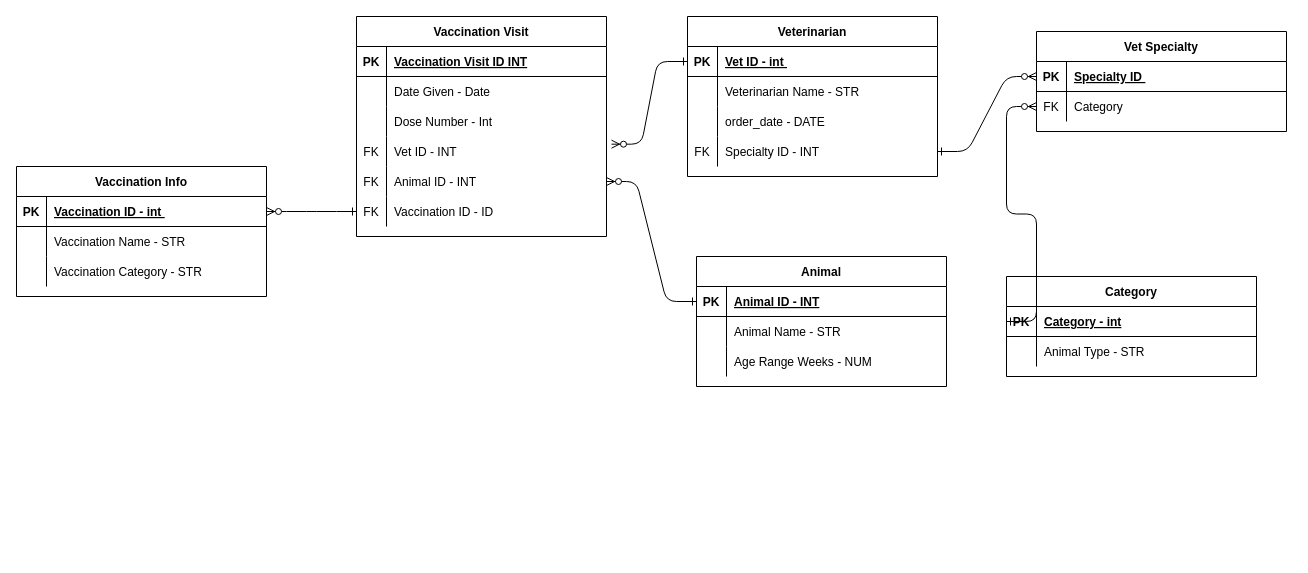
This is lab_7.drawio from seanjedi/comp-163-database-design-class, a draw.io file, before an edit. Source tidied: cells renumbered, new cells numbered last; positions are measured from the earlier drawing's top-left corner, leaving out a move shared by most shapes. Both pictures are drawn from the tidied source at 100%, with x=0, y=0 at pixel (16, 16).
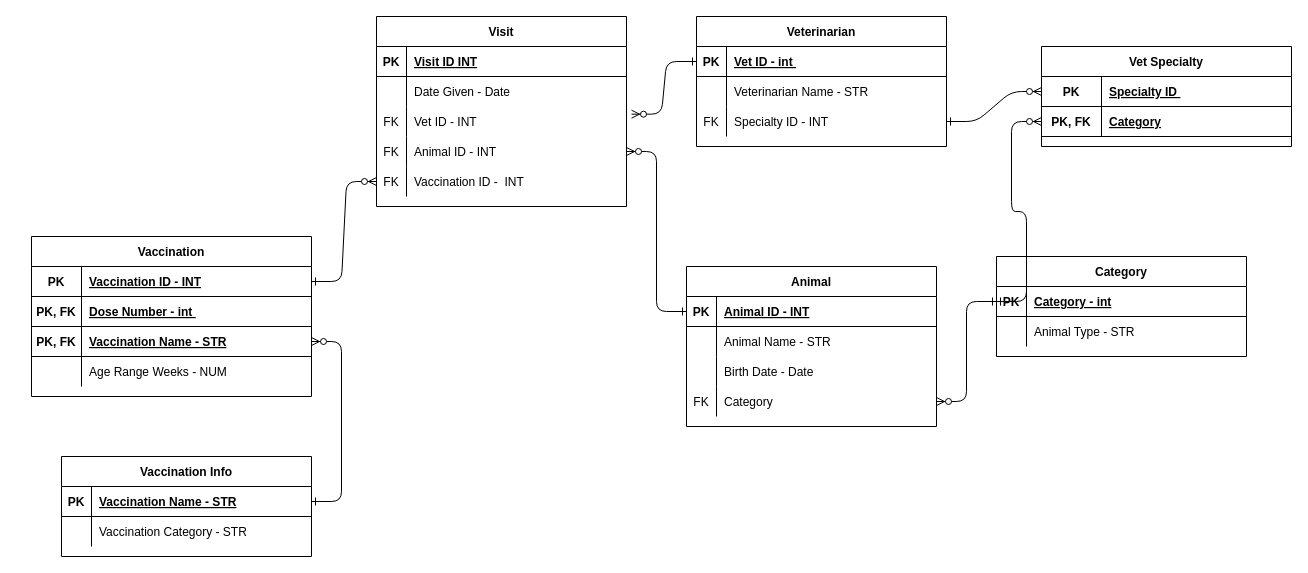
The same diagram, later.

The change refers to these unchanged cells:
```xml
<mxCell id="16" style="shape=partialRectangle;fillColor=none;top=0;left=0;right=0;bottom=1;" parent="15" vertex="1">
  <mxGeometry y="30" width="250" height="30" as="geometry" />
</mxCell>
<mxCell id="41" style="shape=tableRow;horizontal=0;startSize=0;swimlaneHead=0;swimlaneBody=0;fillColor=none;top=0;left=0;right=0;bottom=0;" parent="34" vertex="1">
  <mxGeometry y="90" width="250" height="30" as="geometry" />
</mxCell>
<mxCell id="46" style="shape=partialRectangle;fillColor=none;points=[[0,0.5],[1,0.5]];portConstraint=eastwest;top=0;left=0;right=0;bottom=1;" parent="45" vertex="1">
  <mxGeometry y="30" width="250" height="30" as="geometry" />
</mxCell>
<mxCell id="54" style="shape=partialRectangle;fillColor=none;points=[[0,0.5],[1,0.5]];portConstraint=eastwest;top=0;left=0;right=0;bottom=1;" parent="53" vertex="1">
  <mxGeometry y="30" width="250" height="30" as="geometry" />
</mxCell>
<mxCell id="65" style="shape=partialRectangle;fillColor=none;points=[[0,0.5],[1,0.5]];portConstraint=eastwest;top=0;left=0;right=0;bottom=1;" parent="64" vertex="1">
  <mxGeometry y="30" width="250" height="30" as="geometry" />
</mxCell>
```

Change to the diagram source:
```diff
@@
     <mxCell id="2" value="Veterinarian" style="shape=table;startSize=30;childLayout=tableLayout;rowLines=0;fontStyle=1;align=center;" parent="1" vertex="1">
-      <mxGeometry x="671" width="250" height="160" as="geometry" />
+      <mxGeometry x="680" width="250" height="130" as="geometry" />
     </mxCell>
@@
-    <mxCell id="9" style="shape=partialRectangle;fillColor=none;top=0;left=0;right=0;bottom=0;" parent="2" vertex="1">
-      <mxGeometry y="90" width="250" height="30" as="geometry" />
-    </mxCell>
-    <mxCell id="10" style="shape=partialRectangle;overflow=hidden;fillColor=none;top=0;left=0;bottom=0;right=0;" parent="9" vertex="1">
-      <mxGeometry width="30" height="30" as="geometry" />
-    </mxCell>
-    <mxCell id="11" value="order_date - DATE " style="shape=partialRectangle;overflow=hidden;fillColor=none;top=0;left=0;bottom=0;right=0;align=left;spacingLeft=6;" parent="9" vertex="1">
-      <mxGeometry x="30" width="220" height="30" as="geometry" />
-    </mxCell>
     <mxCell id="12" style="shape=tableRow;horizontal=0;startSize=0;swimlaneHead=0;swimlaneBody=0;fillColor=none;points=[[0,0.5],[1,0.5]];portConstraint=eastwest;top=0;left=0;right=0;bottom=0;" parent="2" vertex="1">
-      <mxGeometry y="120" width="250" height="30" as="geometry" />
+      <mxGeometry y="90" width="250" height="30" as="geometry" />
     </mxCell>
@@
-    <mxCell id="15" value="Vaccination Visit" style="shape=table;startSize=30;childLayout=tableLayout;rowLines=0;fontStyle=1;align=center;" parent="1" vertex="1">
-      <mxGeometry x="340" width="250" height="220" as="geometry" />
+    <mxCell id="15" value="Visit" style="shape=table;startSize=30;childLayout=tableLayout;rowLines=0;fontStyle=1;align=center;" parent="1" vertex="1">
+      <mxGeometry x="360" width="250" height="190" as="geometry" />
     </mxCell>
@@
-    <mxCell id="18" value="Vaccination Visit ID INT" style="shape=partialRectangle;overflow=hidden;fillColor=none;top=0;left=0;bottom=0;right=0;align=left;spacingLeft=6;fontStyle=5;" parent="16" vertex="1">
+    <mxCell id="18" value="Visit ID INT" style="shape=partialRectangle;overflow=hidden;fillColor=none;top=0;left=0;bottom=0;right=0;align=left;spacingLeft=6;fontStyle=5;" parent="16" vertex="1">
       <mxGeometry x="30" width="220" height="30" as="geometry" />
     </mxCell>
@@
-    <mxCell id="22" style="shape=tableRow;horizontal=0;startSize=0;swimlaneHead=0;swimlaneBody=0;fillColor=none;top=0;left=0;right=0;bottom=0;" parent="15" vertex="1">
-      <mxGeometry y="90" width="250" height="30" as="geometry" />
-    </mxCell>
-    <mxCell id="23" style="shape=partialRectangle;fillColor=none;top=0;left=0;bottom=0;right=0;fontStyle=0;overflow=hidden;" parent="22" vertex="1">
-      <mxGeometry width="30" height="30" as="geometry" />
-    </mxCell>
-    <mxCell id="24" value="Dose Number - Int " style="shape=partialRectangle;fillColor=none;top=0;left=0;bottom=0;right=0;align=left;spacingLeft=6;fontStyle=0;overflow=hidden;" parent="22" vertex="1">
-      <mxGeometry x="30" width="220" height="30" as="geometry" />
-    </mxCell>
     <mxCell id="25" style="shape=tableRow;horizontal=0;startSize=0;swimlaneHead=0;swimlaneBody=0;fillColor=none;points=[[0,0.5],[1,0.5]];portConstraint=eastwest;top=0;left=0;right=0;bottom=0;" parent="15" vertex="1">
-      <mxGeometry y="120" width="250" height="30" as="geometry" />
+      <mxGeometry y="90" width="250" height="30" as="geometry" />
     </mxCell>
@@
     <mxCell id="28" style="shape=tableRow;horizontal=0;startSize=0;swimlaneHead=0;swimlaneBody=0;fillColor=none;points=[[0,0.5],[1,0.5]];portConstraint=eastwest;top=0;left=0;right=0;bottom=0;" parent="15" vertex="1">
-      <mxGeometry y="150" width="250" height="30" as="geometry" />
+      <mxGeometry y="120" width="250" height="30" as="geometry" />
     </mxCell>
@@
     <mxCell id="31" style="shape=tableRow;horizontal=0;startSize=0;swimlaneHead=0;swimlaneBody=0;fillColor=none;points=[[0,0.5],[1,0.5]];portConstraint=eastwest;top=0;left=0;right=0;bottom=0;" parent="15" vertex="1">
-      <mxGeometry y="180" width="250" height="30" as="geometry" />
+      <mxGeometry y="150" width="250" height="30" as="geometry" />
     </mxCell>
@@
-    <mxCell id="33" value="Vaccination ID - ID" style="shape=partialRectangle;fillColor=none;top=0;left=0;bottom=0;right=0;align=left;spacingLeft=6;overflow=hidden;" parent="31" vertex="1">
+    <mxCell id="33" value="Vaccination ID -  INT" style="shape=partialRectangle;fillColor=none;top=0;left=0;bottom=0;right=0;align=left;spacingLeft=6;overflow=hidden;" parent="31" vertex="1">
       <mxGeometry x="30" width="220" height="30" as="geometry" />
     </mxCell>
     <mxCell id="34" value="Animal" style="shape=table;startSize=30;childLayout=tableLayout;rowLines=0;fontStyle=1;align=center;" parent="1" vertex="1">
-      <mxGeometry x="680" y="240" width="250" height="130" as="geometry" />
+      <mxGeometry x="670" y="250" width="250" height="160" as="geometry" />
     </mxCell>
@@
-    <mxCell id="43" value="Age Range Weeks - NUM" style="shape=partialRectangle;fillColor=none;top=0;left=0;bottom=0;right=0;align=left;spacingLeft=6;overflow=hidden;" parent="41" vertex="1">
+    <mxCell id="43" value="Birth Date - Date" style="shape=partialRectangle;fillColor=none;top=0;left=0;bottom=0;right=0;align=left;spacingLeft=6;overflow=hidden;" parent="41" vertex="1">
       <mxGeometry x="30" width="220" height="30" as="geometry" />
     </mxCell>
+    <mxCell id="73" style="shape=tableRow;horizontal=0;startSize=0;swimlaneHead=0;swimlaneBody=0;fillColor=none;points=[[0,0.5],[1,0.5]];portConstraint=eastwest;top=0;left=0;right=0;bottom=0;" parent="34" vertex="1">
+      <mxGeometry y="120" width="250" height="30" as="geometry" />
+    </mxCell>
+    <mxCell id="50" value="FK" style="shape=partialRectangle;fillColor=none;top=0;left=0;bottom=0;right=0;overflow=hidden;" parent="73" vertex="1">
+      <mxGeometry width="30" height="30" as="geometry" />
+    </mxCell>
+    <mxCell id="51" value="Category" style="shape=partialRectangle;fillColor=none;top=0;left=0;bottom=0;right=0;align=left;spacingLeft=6;overflow=hidden;" parent="73" vertex="1">
+      <mxGeometry x="30" width="220" height="30" as="geometry" />
+    </mxCell>
@@
     <mxCell id="45" value="Vet Specialty" style="shape=table;startSize=30;childLayout=tableLayout;rowLines=0;fontStyle=1;align=center;" parent="1" vertex="1">
-      <mxGeometry x="1020" y="15" width="250" height="100" as="geometry" />
+      <mxGeometry x="1025" y="30" width="250" height="100" as="geometry" />
     </mxCell>
@@
     <mxCell id="47" value="PK" style="shape=partialRectangle;overflow=hidden;fillColor=none;top=0;left=0;bottom=0;right=0;fontStyle=1;" parent="46" vertex="1">
-      <mxGeometry width="30" height="30" as="geometry" />
+      <mxGeometry width="60" height="30" as="geometry" />
     </mxCell>
     <mxCell id="48" value="Specialty ID " style="shape=partialRectangle;overflow=hidden;fillColor=none;top=0;left=0;bottom=0;right=0;align=left;spacingLeft=6;fontStyle=5;" parent="46" vertex="1">
-      <mxGeometry x="30" width="220" height="30" as="geometry" />
+      <mxGeometry x="60" width="190" height="30" as="geometry" />
     </mxCell>
-    <mxCell id="49" style="shape=tableRow;horizontal=0;startSize=0;swimlaneHead=0;swimlaneBody=0;fillColor=none;points=[[0,0.5],[1,0.5]];portConstraint=eastwest;top=0;left=0;right=0;bottom=0;" parent="45" vertex="1">
-      <mxGeometry y="60" width="250" height="30" as="geometry" />
-    </mxCell>
-    <mxCell id="50" value="FK" style="shape=partialRectangle;fillColor=none;top=0;left=0;bottom=0;right=0;overflow=hidden;" parent="49" vertex="1">
-      <mxGeometry width="30" height="30" as="geometry" />
-    </mxCell>
-    <mxCell id="51" value="Category" style="shape=partialRectangle;fillColor=none;top=0;left=0;bottom=0;right=0;align=left;spacingLeft=6;overflow=hidden;" parent="49" vertex="1">
-      <mxGeometry x="30" width="220" height="30" as="geometry" />
-    </mxCell>
+    <mxCell id="74" style="shape=tableRow;horizontal=0;startSize=0;swimlaneHead=0;swimlaneBody=0;fillColor=none;points=[[0,0.5],[1,0.5]];portConstraint=eastwest;top=0;left=0;right=0;bottom=1;" parent="45" vertex="1">
+      <mxGeometry y="60" width="250" height="30" as="geometry" />
+    </mxCell>
+    <mxCell id="75" value="PK, FK" style="shape=partialRectangle;fillColor=none;top=0;left=0;bottom=0;right=0;fontStyle=1;overflow=hidden;" parent="74" vertex="1">
+      <mxGeometry width="60" height="30" as="geometry" />
+    </mxCell>
+    <mxCell id="76" value="Category" style="shape=partialRectangle;fillColor=none;top=0;left=0;bottom=0;right=0;align=left;spacingLeft=6;fontStyle=5;overflow=hidden;" parent="74" vertex="1">
+      <mxGeometry x="60" width="190" height="30" as="geometry" />
+    </mxCell>
@@
     <mxCell id="53" value="Vaccination Info" style="shape=table;startSize=30;childLayout=tableLayout;rowLines=0;fontStyle=1;align=center;" parent="1" vertex="1">
-      <mxGeometry y="150" width="250" height="130" as="geometry" />
+      <mxGeometry x="45" y="440" width="250" height="100" as="geometry" />
     </mxCell>
@@
-    <mxCell id="56" value="Vaccination ID - int " style="shape=partialRectangle;overflow=hidden;fillColor=none;top=0;left=0;bottom=0;right=0;align=left;spacingLeft=6;fontStyle=5;" parent="54" vertex="1">
+    <mxCell id="56" value="Vaccination Name - STR" style="shape=partialRectangle;overflow=hidden;fillColor=none;top=0;left=0;bottom=0;right=0;align=left;spacingLeft=6;fontStyle=5;" parent="54" vertex="1">
       <mxGeometry x="30" width="220" height="30" as="geometry" />
     </mxCell>
-    <mxCell id="57" style="shape=partialRectangle;fillColor=none;top=0;left=0;right=0;bottom=0;" parent="53" vertex="1">
-      <mxGeometry y="60" width="250" height="30" as="geometry" />
-    </mxCell>
-    <mxCell id="58" style="shape=partialRectangle;overflow=hidden;fillColor=none;top=0;left=0;bottom=0;right=0;" parent="57" vertex="1">
-      <mxGeometry width="30" height="30" as="geometry" />
-    </mxCell>
-    <mxCell id="59" value="Vaccination Name - STR" style="shape=partialRectangle;overflow=hidden;fillColor=none;top=0;left=0;bottom=0;right=0;align=left;spacingLeft=6;" parent="57" vertex="1">
-      <mxGeometry x="30" width="220" height="30" as="geometry" />
-    </mxCell>
     <mxCell id="60" style="shape=partialRectangle;fillColor=none;top=0;left=0;right=0;bottom=0;" parent="53" vertex="1">
-      <mxGeometry y="90" width="250" height="30" as="geometry" />
+      <mxGeometry y="60" width="250" height="30" as="geometry" />
     </mxCell>
@@
-    <mxCell id="63" style="edgeStyle=entityRelationEdgeStyle;endArrow=ERzeroToMany;startArrow=ERone;endFill=1;startFill=0;exitX=0;exitY=0.5;exitDx=0;exitDy=0;entryX=1;entryY=0.5;entryDx=0;entryDy=0;" parent="1" edge="1" source="31" target="54">
-      <mxGeometry relative="1" as="geometry" />
-    </mxCell>
     <mxCell id="64" value="Category" style="shape=table;startSize=30;childLayout=tableLayout;rowLines=0;fontStyle=1;align=center;" parent="1" vertex="1">
-      <mxGeometry x="990" y="260" width="250" height="100" as="geometry" />
+      <mxGeometry x="980" y="240" width="250" height="100" as="geometry" />
     </mxCell>
@@
-    <mxCell id="72" style="edgeStyle=entityRelationEdgeStyle;endArrow=ERzeroToMany;startArrow=ERone;endFill=1;startFill=0;entryX=0;entryY=0.5;entryDx=0;entryDy=0;exitX=0;exitY=0.5;exitDx=0;exitDy=0;" parent="1" edge="1" source="65" target="49">
+    <mxCell id="72" style="edgeStyle=entityRelationEdgeStyle;endArrow=ERzeroToMany;startArrow=ERone;endFill=1;startFill=0;entryX=0;entryY=0.5;entryDx=0;entryDy=0;exitX=0;exitY=0.5;exitDx=0;exitDy=0;" parent="1" edge="1" source="65" target="74">
       <mxGeometry relative="1" as="geometry" />
     </mxCell>
+    <mxCell id="77" style="edgeStyle=entityRelationEdgeStyle;endArrow=ERzeroToMany;startArrow=ERone;endFill=1;startFill=0;entryX=1;entryY=0.5;entryDx=0;entryDy=0;exitX=0;exitY=0.5;exitDx=0;exitDy=0;" parent="1" edge="1" source="65" target="73">
+      <mxGeometry relative="1" as="geometry" />
+    </mxCell>
+    <mxCell id="78" value="Vaccination" style="shape=table;startSize=30;childLayout=tableLayout;rowLines=0;fontStyle=1;align=center;" parent="1" vertex="1">
+      <mxGeometry x="15" y="220" width="280" height="160" as="geometry" />
+    </mxCell>
+    <mxCell id="79" style="shape=tableRow;horizontal=0;startSize=0;swimlaneHead=0;swimlaneBody=0;fillColor=none;points=[[0,0.5],[1,0.5]];portConstraint=eastwest;top=0;left=0;right=0;bottom=1;" parent="78" vertex="1">
+      <mxGeometry y="30" width="280" height="30" as="geometry" />
+    </mxCell>
+    <mxCell id="80" value="PK" style="shape=partialRectangle;fillColor=none;top=0;left=0;bottom=0;right=0;fontStyle=1;overflow=hidden;" parent="79" vertex="1">
+      <mxGeometry width="50" height="30" as="geometry" />
+    </mxCell>
+    <mxCell id="81" value="Vaccination ID - INT" style="shape=partialRectangle;fillColor=none;top=0;left=0;bottom=0;right=0;align=left;spacingLeft=6;fontStyle=5;overflow=hidden;" parent="79" vertex="1">
+      <mxGeometry x="50" width="230" height="30" as="geometry" />
+    </mxCell>
+    <mxCell id="82" style="shape=partialRectangle;fillColor=none;top=0;left=0;right=0;bottom=1;" parent="78" vertex="1">
+      <mxGeometry y="60" width="280" height="30" as="geometry" />
+    </mxCell>
+    <mxCell id="83" value="PK, FK" style="shape=partialRectangle;overflow=hidden;fillColor=none;top=0;left=0;bottom=0;right=0;fontStyle=1;" parent="82" vertex="1">
+      <mxGeometry width="50" height="30" as="geometry" />
+    </mxCell>
+    <mxCell id="84" value="Dose Number - int " style="shape=partialRectangle;overflow=hidden;fillColor=none;top=0;left=0;bottom=0;right=0;align=left;spacingLeft=6;fontStyle=5;" parent="82" vertex="1">
+      <mxGeometry x="50" width="230" height="30" as="geometry" />
+    </mxCell>
+    <mxCell id="85" style="shape=tableRow;horizontal=0;startSize=0;swimlaneHead=0;swimlaneBody=0;fillColor=none;points=[[0,0.5],[1,0.5]];portConstraint=eastwest;top=0;left=0;right=0;bottom=1;" parent="78" vertex="1">
+      <mxGeometry y="90" width="280" height="30" as="geometry" />
+    </mxCell>
+    <mxCell id="86" value="PK, FK" style="shape=partialRectangle;fillColor=none;top=0;left=0;bottom=0;right=0;fontStyle=1;overflow=hidden;" parent="85" vertex="1">
+      <mxGeometry width="50" height="30" as="geometry" />
+    </mxCell>
+    <mxCell id="59" value="Vaccination Name - STR" style="shape=partialRectangle;fillColor=none;top=0;left=0;bottom=0;right=0;align=left;spacingLeft=6;fontStyle=5;overflow=hidden;" parent="85" vertex="1">
+      <mxGeometry x="50" width="230" height="30" as="geometry" />
+    </mxCell>
+    <mxCell id="87" style="shape=partialRectangle;fillColor=none;top=0;left=0;right=0;bottom=0;" parent="78" vertex="1">
+      <mxGeometry y="120" width="280" height="30" as="geometry" />
+    </mxCell>
+    <mxCell id="88" style="shape=partialRectangle;overflow=hidden;fillColor=none;top=0;left=0;bottom=0;right=0;" parent="87" vertex="1">
+      <mxGeometry width="50" height="30" as="geometry" />
+    </mxCell>
+    <mxCell id="89" value="Age Range Weeks - NUM" style="shape=partialRectangle;overflow=hidden;fillColor=none;top=0;left=0;bottom=0;right=0;align=left;spacingLeft=6;" parent="87" vertex="1">
+      <mxGeometry x="50" width="230" height="30" as="geometry" />
+    </mxCell>
+    <mxCell id="90" style="edgeStyle=entityRelationEdgeStyle;endArrow=ERzeroToMany;startArrow=ERone;endFill=1;startFill=0;entryX=0;entryY=0.5;entryDx=0;entryDy=0;exitX=1;exitY=0.5;exitDx=0;exitDy=0;" parent="1" edge="1" source="79" target="31">
+      <mxGeometry relative="1" as="geometry" />
+    </mxCell>
+    <mxCell id="91" style="edgeStyle=entityRelationEdgeStyle;endArrow=ERzeroToMany;startArrow=ERone;endFill=1;startFill=0;entryX=1;entryY=0.5;entryDx=0;entryDy=0;exitX=1;exitY=0.5;exitDx=0;exitDy=0;" parent="1" edge="1" source="54" target="85">
+      <mxGeometry relative="1" as="geometry" />
+    </mxCell>
```
